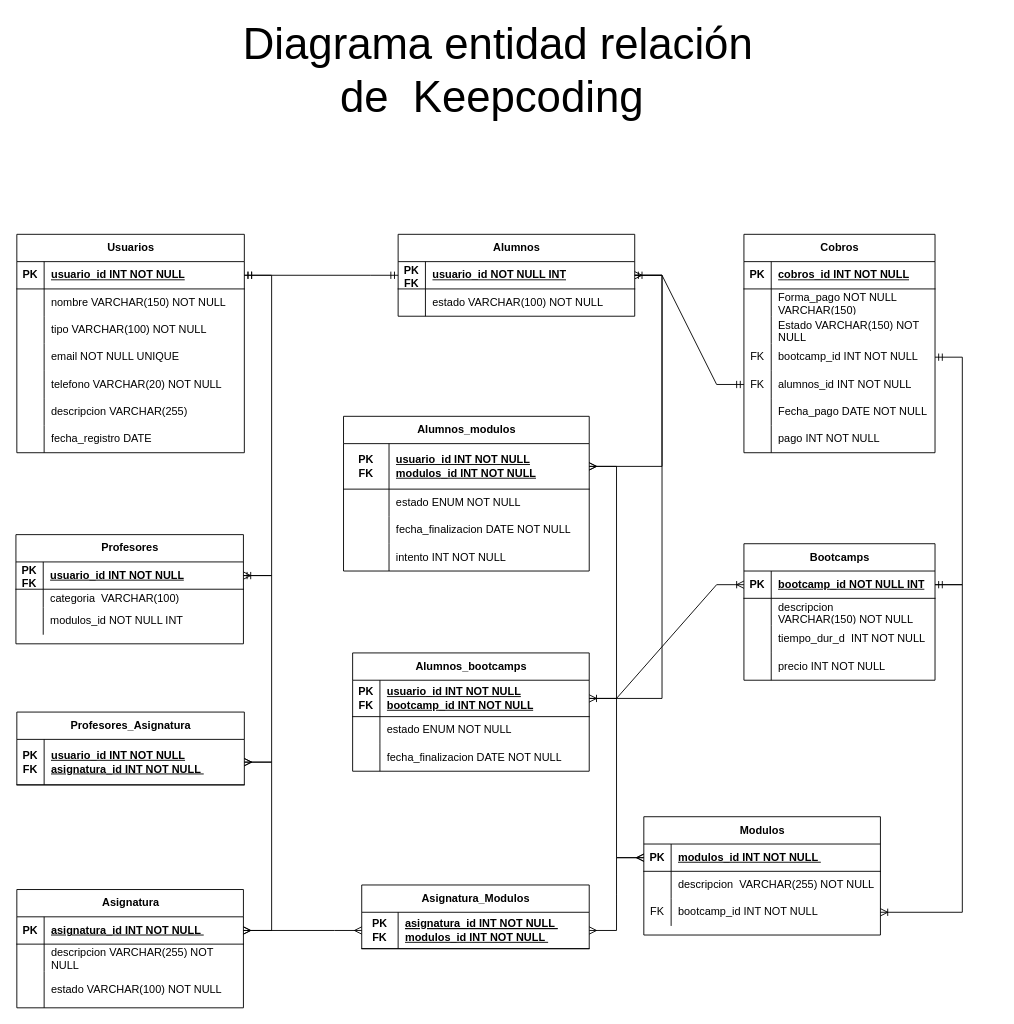
Earlier version of the draw.io diagram Diagrama_ERKeepCoding.drawio (NauziX/SQL_Advanced_Practice). Source tidied: cells renumbered, new cells numbered last; positions are measured from the earlier drawing's top-left corner, leaving out a move shared by most shapes. Both pictures are drawn from the tidied source at 91%, with x=0, y=0 at pixel (-248, 15).
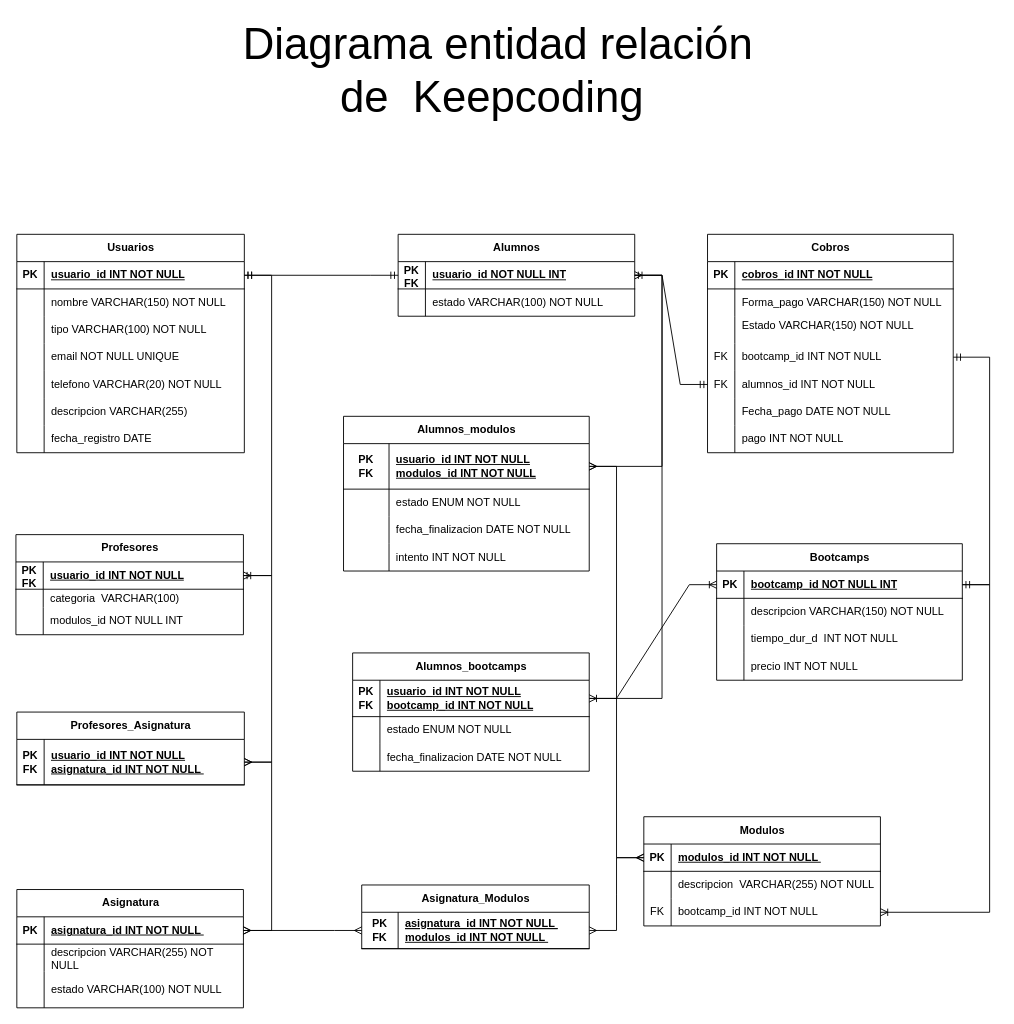
The same diagram, later.

Diff of the diagram source:
```diff
@@
     <mxCell id="3" value="Bootcamps" style="shape=table;startSize=30;childLayout=tableLayout;rowLines=0;fontStyle=1;align=center;html=1;" parent="1" vertex="1">
-      <mxGeometry x="1090" y="580" width="210" height="150" as="geometry" />
+      <mxGeometry x="1060" y="580" width="270" height="150" as="geometry" />
     </mxCell>
     <mxCell id="4" style="shape=tableRow;horizontal=0;startSize=0;swimlaneHead=0;swimlaneBody=0;fillColor=none;points=[[0,0.5],[1,0.5]];portConstraint=eastwest;top=0;left=0;right=0;bottom=1;" parent="3" vertex="1">
-      <mxGeometry y="30" width="210" height="30" as="geometry" />
+      <mxGeometry y="30" width="270" height="30" as="geometry" />
     </mxCell>
@@
     <mxCell id="6" value="bootcamp_id NOT NULL INT" style="shape=partialRectangle;fillColor=none;top=0;left=0;bottom=0;right=0;align=left;spacingLeft=6;fontStyle=5;overflow=hidden;whiteSpace=wrap;html=1;" parent="4" vertex="1">
-      <mxGeometry x="30" width="180" height="30" as="geometry" />
+      <mxGeometry x="30" width="240" height="30" as="geometry" />
     </mxCell>
     <mxCell id="7" style="shape=tableRow;horizontal=0;startSize=0;swimlaneHead=0;swimlaneBody=0;fillColor=none;top=0;left=0;right=0;bottom=0;" parent="3" vertex="1">
-      <mxGeometry y="60" width="210" height="30" as="geometry" />
+      <mxGeometry y="60" width="270" height="30" as="geometry" />
     </mxCell>
@@
     <mxCell id="9" value="descripcion VARCHAR(150)&amp;nbsp;NOT NULL&amp;nbsp;" style="shape=partialRectangle;fillColor=none;top=0;left=0;bottom=0;right=0;align=left;spacingLeft=6;overflow=hidden;whiteSpace=wrap;html=1;" parent="7" vertex="1">
-      <mxGeometry x="30" width="180" height="30" as="geometry" />
+      <mxGeometry x="30" width="240" height="30" as="geometry" />
     </mxCell>
     <mxCell id="10" style="shape=tableRow;horizontal=0;startSize=0;swimlaneHead=0;swimlaneBody=0;fillColor=none;top=0;left=0;right=0;bottom=0;" parent="3" vertex="1">
-      <mxGeometry y="90" width="210" height="30" as="geometry" />
+      <mxGeometry y="90" width="270" height="30" as="geometry" />
     </mxCell>
@@
     <mxCell id="12" value="tiempo_dur_d&amp;nbsp; INT NOT NULL&amp;nbsp;" style="shape=partialRectangle;fillColor=none;top=0;left=0;bottom=0;right=0;align=left;spacingLeft=6;overflow=hidden;whiteSpace=wrap;html=1;" parent="10" vertex="1">
-      <mxGeometry x="30" width="180" height="30" as="geometry" />
+      <mxGeometry x="30" width="240" height="30" as="geometry" />
     </mxCell>
     <mxCell id="13" style="shape=tableRow;horizontal=0;startSize=0;swimlaneHead=0;swimlaneBody=0;fillColor=none;top=0;left=0;right=0;bottom=0;" parent="3" vertex="1">
-      <mxGeometry y="120" width="210" height="30" as="geometry" />
+      <mxGeometry y="120" width="270" height="30" as="geometry" />
     </mxCell>
@@
     <mxCell id="15" value="precio INT NOT NULL&amp;nbsp;" style="shape=partialRectangle;fillColor=none;top=0;left=0;bottom=0;right=0;align=left;spacingLeft=6;overflow=hidden;whiteSpace=wrap;html=1;" parent="13" vertex="1">
-      <mxGeometry x="30" width="180" height="30" as="geometry" />
+      <mxGeometry x="30" width="240" height="30" as="geometry" />
     </mxCell>
     <mxCell id="16" value="Modulos" style="shape=table;startSize=30;childLayout=tableLayout;rowLines=0;fontStyle=1;align=center;html=1;" parent="1" vertex="1">
-      <mxGeometry x="980" y="880" width="260" height="130" as="geometry" />
+      <mxGeometry x="980" y="880" width="260" height="120" as="geometry" />
     </mxCell>
@@
     <mxCell id="36" value="Profesores" style="shape=table;startSize=30;childLayout=tableLayout;rowLines=0;fontStyle=1;align=center;html=1;" parent="1" vertex="1">
-      <mxGeometry x="290" y="570" width="250" height="120" as="geometry" />
+      <mxGeometry x="290" y="570" width="250" height="110" as="geometry" />
     </mxCell>
@@
     <mxCell id="46" value="Cobros" style="shape=table;startSize=30;childLayout=tableLayout;rowLines=0;fontStyle=1;align=center;html=1;" parent="1" vertex="1">
-      <mxGeometry x="1090" y="240" width="210" height="240" as="geometry" />
+      <mxGeometry x="1050" y="240" width="270" height="240" as="geometry" />
     </mxCell>
     <mxCell id="47" style="shape=tableRow;horizontal=0;startSize=0;swimlaneHead=0;swimlaneBody=0;fillColor=none;top=0;left=0;right=0;bottom=1;" parent="46" vertex="1">
-      <mxGeometry y="30" width="210" height="30" as="geometry" />
+      <mxGeometry y="30" width="270" height="30" as="geometry" />
     </mxCell>
@@
     <mxCell id="49" value="cobros_id INT NOT NULL" style="shape=partialRectangle;fillColor=none;top=0;left=0;bottom=0;right=0;align=left;spacingLeft=6;fontStyle=5;overflow=hidden;whiteSpace=wrap;html=1;" parent="47" vertex="1">
-      <mxGeometry x="30" width="180" height="30" as="geometry" />
+      <mxGeometry x="30" width="240" height="30" as="geometry" />
     </mxCell>
     <mxCell id="50" style="shape=tableRow;horizontal=0;startSize=0;swimlaneHead=0;swimlaneBody=0;fillColor=none;top=0;left=0;right=0;bottom=0;" parent="46" vertex="1">
-      <mxGeometry y="60" width="210" height="30" as="geometry" />
+      <mxGeometry y="60" width="270" height="30" as="geometry" />
     </mxCell>
@@
-    <mxCell id="52" value="Forma_pago NOT NULL VARCHAR(150)" style="shape=partialRectangle;fillColor=none;top=0;left=0;bottom=0;right=0;align=left;spacingLeft=6;overflow=hidden;whiteSpace=wrap;html=1;" parent="50" vertex="1">
-      <mxGeometry x="30" width="180" height="30" as="geometry" />
+    <mxCell id="52" value="Forma_pago VARCHAR(150)&amp;nbsp;NOT NULL&amp;nbsp;" style="shape=partialRectangle;fillColor=none;top=0;left=0;bottom=0;right=0;align=left;spacingLeft=6;overflow=hidden;whiteSpace=wrap;html=1;" parent="50" vertex="1">
+      <mxGeometry x="30" width="240" height="30" as="geometry" />
     </mxCell>
     <mxCell id="53" style="shape=tableRow;horizontal=0;startSize=0;swimlaneHead=0;swimlaneBody=0;fillColor=none;top=0;left=0;right=0;bottom=0;" parent="46" vertex="1">
-      <mxGeometry y="90" width="210" height="30" as="geometry" />
+      <mxGeometry y="90" width="270" height="30" as="geometry" />
     </mxCell>
@@
     <mxCell id="55" value="Estado VARCHAR(150)&amp;nbsp;NOT NULL&amp;nbsp;&lt;div&gt;&lt;br&gt;&lt;/div&gt;" style="shape=partialRectangle;fillColor=none;top=0;left=0;bottom=0;right=0;align=left;spacingLeft=6;overflow=hidden;whiteSpace=wrap;html=1;" parent="53" vertex="1">
-      <mxGeometry x="30" width="180" height="30" as="geometry" />
+      <mxGeometry x="30" width="240" height="30" as="geometry" />
     </mxCell>
     <mxCell id="56" style="shape=tableRow;horizontal=0;startSize=0;swimlaneHead=0;swimlaneBody=0;fillColor=none;points=[[0,0.5],[1,0.5]];portConstraint=eastwest;top=0;left=0;right=0;bottom=0;" parent="46" vertex="1">
-      <mxGeometry y="120" width="210" height="30" as="geometry" />
+      <mxGeometry y="120" width="270" height="30" as="geometry" />
     </mxCell>
@@
     <mxCell id="58" value="bootcamp_id INT NOT NULL&amp;nbsp;" style="shape=partialRectangle;fillColor=none;top=0;left=0;bottom=0;right=0;align=left;spacingLeft=6;overflow=hidden;whiteSpace=wrap;html=1;" parent="56" vertex="1">
-      <mxGeometry x="30" width="180" height="30" as="geometry" />
+      <mxGeometry x="30" width="240" height="30" as="geometry" />
     </mxCell>
     <mxCell id="59" style="shape=tableRow;horizontal=0;startSize=0;swimlaneHead=0;swimlaneBody=0;fillColor=none;points=[[0,0.5],[1,0.5]];portConstraint=eastwest;top=0;left=0;right=0;bottom=0;" parent="46" vertex="1">
-      <mxGeometry y="150" width="210" height="30" as="geometry" />
+      <mxGeometry y="150" width="270" height="30" as="geometry" />
     </mxCell>
@@
     <mxCell id="61" value="alumnos_id INT&amp;nbsp;NOT NULL&amp;nbsp;" style="shape=partialRectangle;fillColor=none;top=0;left=0;bottom=0;right=0;align=left;spacingLeft=6;overflow=hidden;whiteSpace=wrap;html=1;" parent="59" vertex="1">
-      <mxGeometry x="30" width="180" height="30" as="geometry" />
+      <mxGeometry x="30" width="240" height="30" as="geometry" />
     </mxCell>
     <mxCell id="62" style="shape=tableRow;horizontal=0;startSize=0;swimlaneHead=0;swimlaneBody=0;fillColor=none;top=0;left=0;right=0;bottom=0;" parent="46" vertex="1">
-      <mxGeometry y="180" width="210" height="30" as="geometry" />
+      <mxGeometry y="180" width="270" height="30" as="geometry" />
     </mxCell>
@@
     <mxCell id="64" value="Fecha_pago DATE NOT NULL&amp;nbsp;" style="shape=partialRectangle;fillColor=none;top=0;left=0;bottom=0;right=0;align=left;spacingLeft=6;overflow=hidden;whiteSpace=wrap;html=1;" parent="62" vertex="1">
-      <mxGeometry x="30" width="180" height="30" as="geometry" />
+      <mxGeometry x="30" width="240" height="30" as="geometry" />
     </mxCell>
     <mxCell id="65" style="shape=tableRow;horizontal=0;startSize=0;swimlaneHead=0;swimlaneBody=0;fillColor=none;top=0;left=0;right=0;bottom=0;" parent="46" vertex="1">
-      <mxGeometry y="210" width="210" height="30" as="geometry" />
+      <mxGeometry y="210" width="270" height="30" as="geometry" />
     </mxCell>
@@
     <mxCell id="67" value="pago INT NOT NULL&amp;nbsp;" style="shape=partialRectangle;fillColor=none;top=0;left=0;bottom=0;right=0;align=left;spacingLeft=6;overflow=hidden;whiteSpace=wrap;html=1;" parent="65" vertex="1">
-      <mxGeometry x="30" width="180" height="30" as="geometry" />
+      <mxGeometry x="30" width="240" height="30" as="geometry" />
     </mxCell>
```
